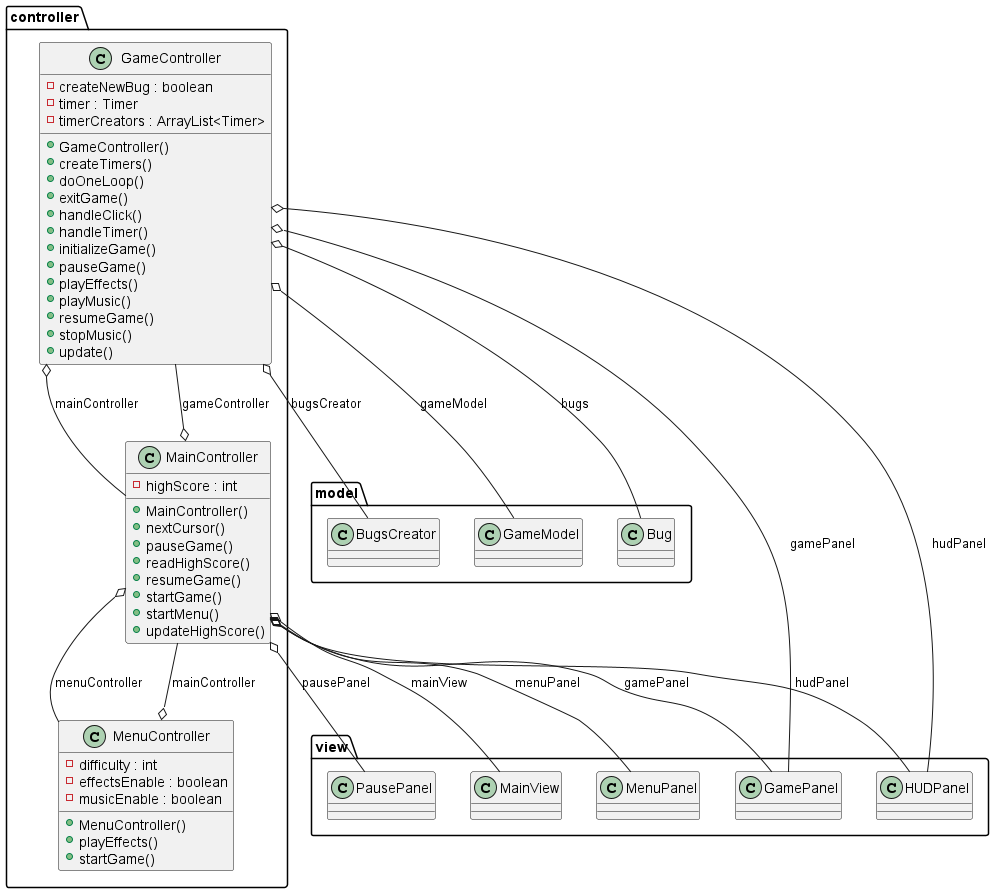
Above: UML/controller.png in lcintini/JFlySwatter (PlantUML), before the change.
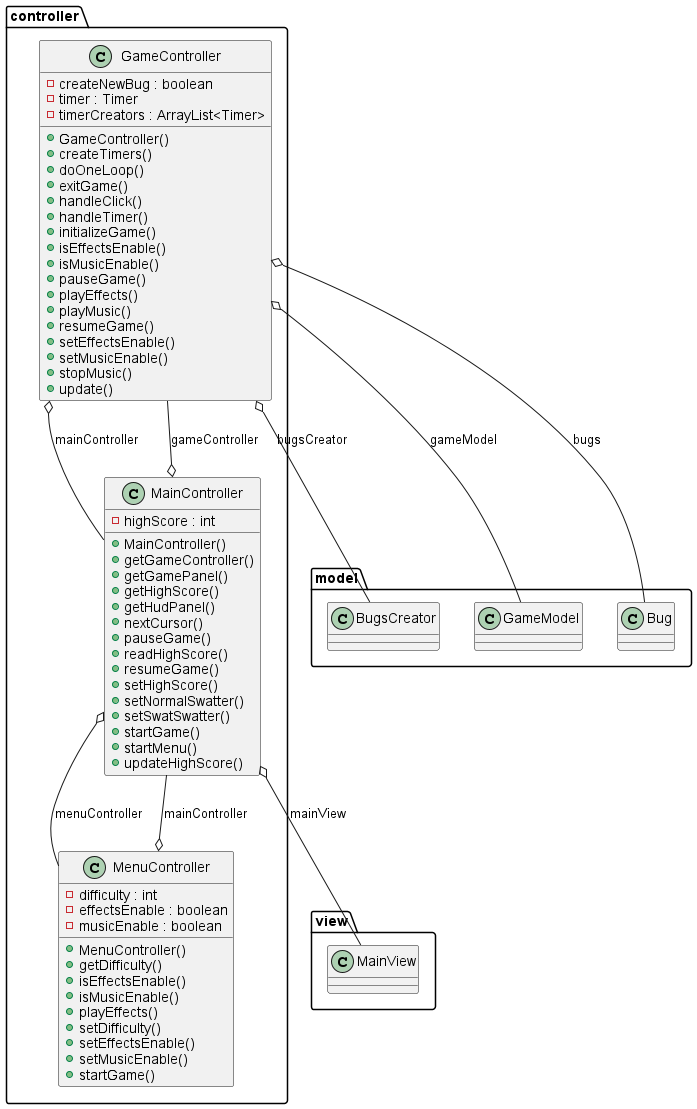
Later version of the same file.

Commit message:
correzione commenti

The edit, as a diff of the source:
```diff
@@ -12,24 +12,35 @@
           + handleClick()
           + handleTimer()
           + initializeGame()
+          + isEffectsEnable()
+          + isMusicEnable()
           + pauseGame()
           + playEffects()
           + playMusic()
           + resumeGame()
+          + setEffectsEnable()
+          + setMusicEnable()
           + stopMusic()
           + update()
       }
     }
 
 
-  namespace controller {
+ namespace controller {
       class controller.MainController {
           - highScore : int
           + MainController()
+          + getGameController()
+          + getGamePanel()
+          + getHighScore()
+          + getHudPanel()
           + nextCursor()
           + pauseGame()
           + readHighScore()
           + resumeGame()
+          + setHighScore()
+          + setNormalSwatter()
+          + setSwatSwatter()
           + startGame()
           + startMenu()
           + updateHighScore()
@@ -43,7 +54,13 @@
           - effectsEnable : boolean
           - musicEnable : boolean
           + MenuController()
+          + getDifficulty()
+          + isEffectsEnable()
+          + isMusicEnable()
           + playEffects()
+          + setDifficulty()
+          + setEffectsEnable()
+          + setMusicEnable()
           + startGame()
       }
     }
@@ -51,18 +68,12 @@
 
   controller.GameController o-- model.BugsCreator : bugsCreator
   controller.GameController o-- model.GameModel : gameModel
-  controller.GameController o-- view.GamePanel : gamePanel
-  controller.GameController o-- view.HUDPanel : hudPanel
+  controller.GameController o-- model.Bug : bugs
   controller.GameController o-- controller.MainController : mainController
   controller.MainController o-- controller.GameController : gameController
-  controller.MainController o-- view.GamePanel : gamePanel
-  controller.MainController o-- view.HUDPanel : hudPanel
   controller.MainController o-- view.MainView : mainView
   controller.MainController o-- controller.MenuController : menuController
-  controller.MainController o-- view.MenuPanel : menuPanel
-  controller.MainController o-- view.PausePanel : pausePanel
   controller.MenuController o-- controller.MainController : mainController
-  controller.GameController o-- model.Bug : bugs
 
 
 
```
